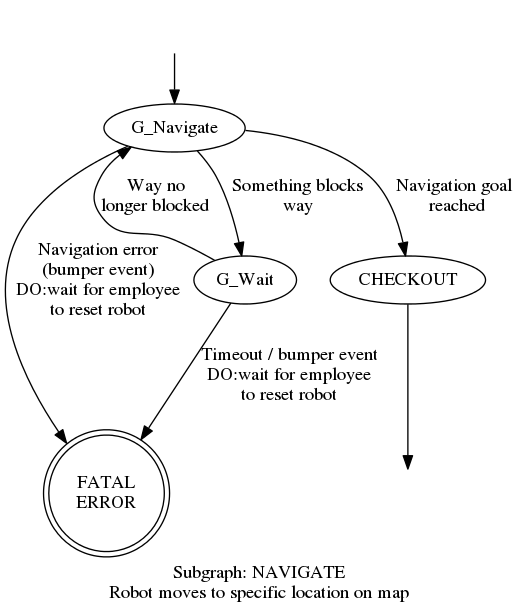
This is fsms/navigate.png from s9wischu/uow_Botinator, a Graphviz export, as it was before one commit. Its source is kept beside it as fsms/navigate.dot. The source it was exported from:
```dot
digraph finite_state_machine {

        label = "Subgraph: NAVIGATE\nRobot moves to specific location on map";
        G_invisible_start [ style=invis ]
        G_invisible_end [ style=invis ]
        G_Error [label="FATAL\nERROR"]
        G_Error [shape=doublecircle]
        G_Checkout [label="CHECKOUT"]
        G_invisible_start -> G_Navigate
        G_Navigate -> G_Wait [ label = "Something blocks\nway" ];
        G_Wait -> G_Navigate [ label = "Way no\nlonger blocked" ];
        G_Navigate-> G_Error  [ label = "Navigation error\n(bumper event)\nDO:wait for employee\nto reset robot" ];
        G_Wait -> G_Error  [ label = "Timeout / bumper event\nDO:wait for employee\nto reset robot" ];

        G_Navigate -> G_Checkout[ label = "Navigation goal\n reached" ]
        G_Checkout -> G_invisible_end



}
```
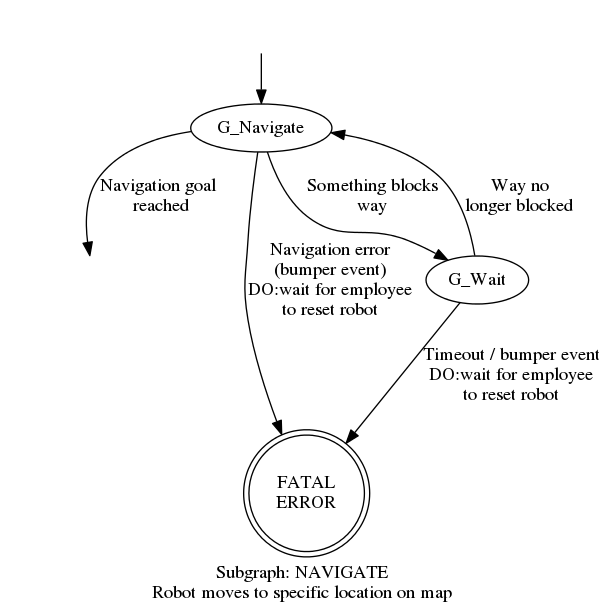
After the commit.

The edit, as a diff of the source:
```diff
@@ -5,15 +5,14 @@
         G_invisible_end [ style=invis ]
         G_Error [label="FATAL\nERROR"]
         G_Error [shape=doublecircle]
-        G_Checkout [label="CHECKOUT"]
         G_invisible_start -> G_Navigate
         G_Navigate -> G_Wait [ label = "Something blocks\nway" ];
         G_Wait -> G_Navigate [ label = "Way no\nlonger blocked" ];
         G_Navigate-> G_Error  [ label = "Navigation error\n(bumper event)\nDO:wait for employee\nto reset robot" ];
         G_Wait -> G_Error  [ label = "Timeout / bumper event\nDO:wait for employee\nto reset robot" ];
 
-        G_Navigate -> G_Checkout[ label = "Navigation goal\n reached" ]
-        G_Checkout -> G_invisible_end
+        G_Navigate -> G_invisible_end[ label = "Navigation goal\n reached" ]
+
 
 
 
```
